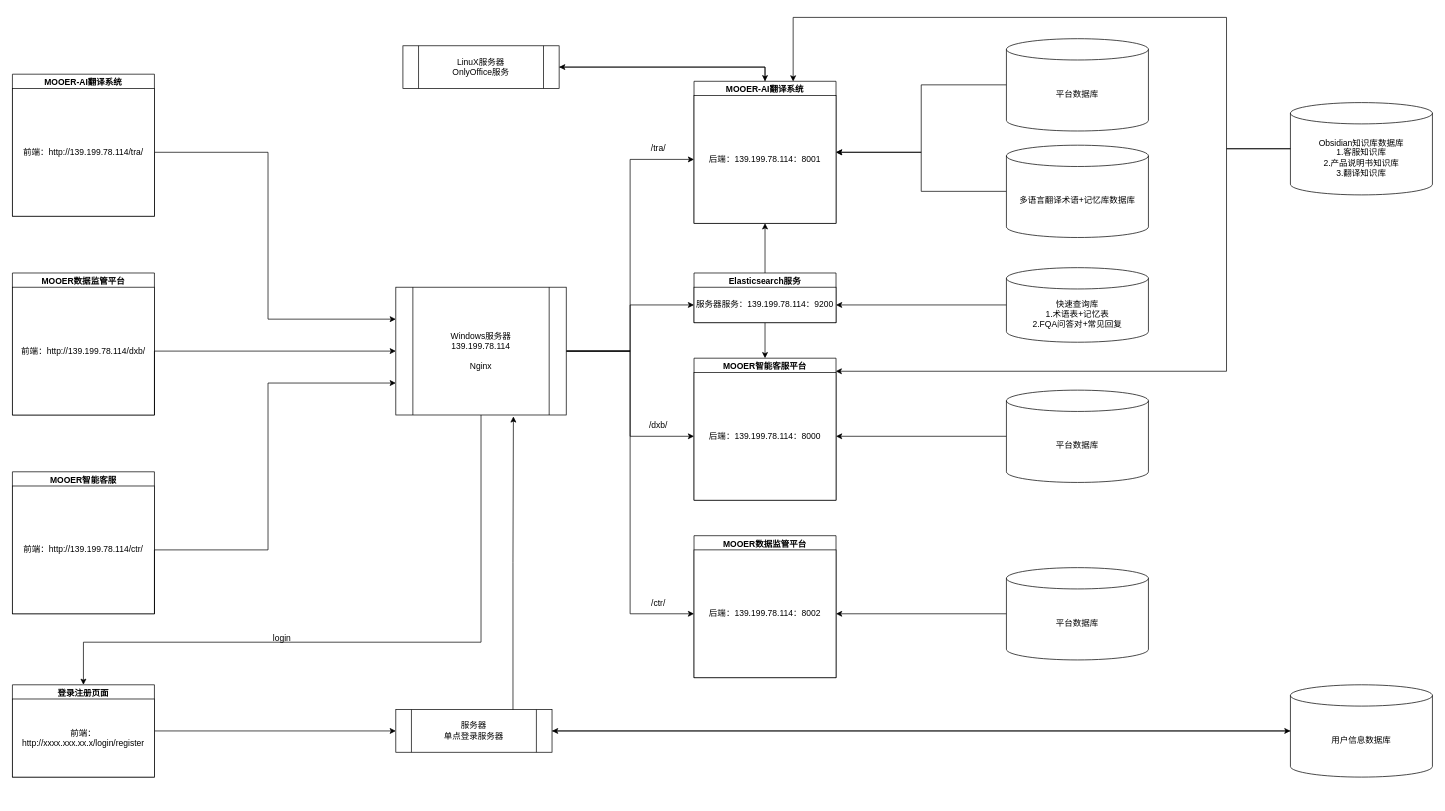
The draw.io diagram 分布式项目设计.drawio in jensen1404ai-bit/Draw.io, before the edit. Source tidied: cells renumbered, new cells numbered last; positions are measured from the earlier drawing's top-left corner, leaving out a move shared by most shapes. Both pictures are drawn from the tidied source at 71%, with x=0, y=0 at pixel (12, 17).
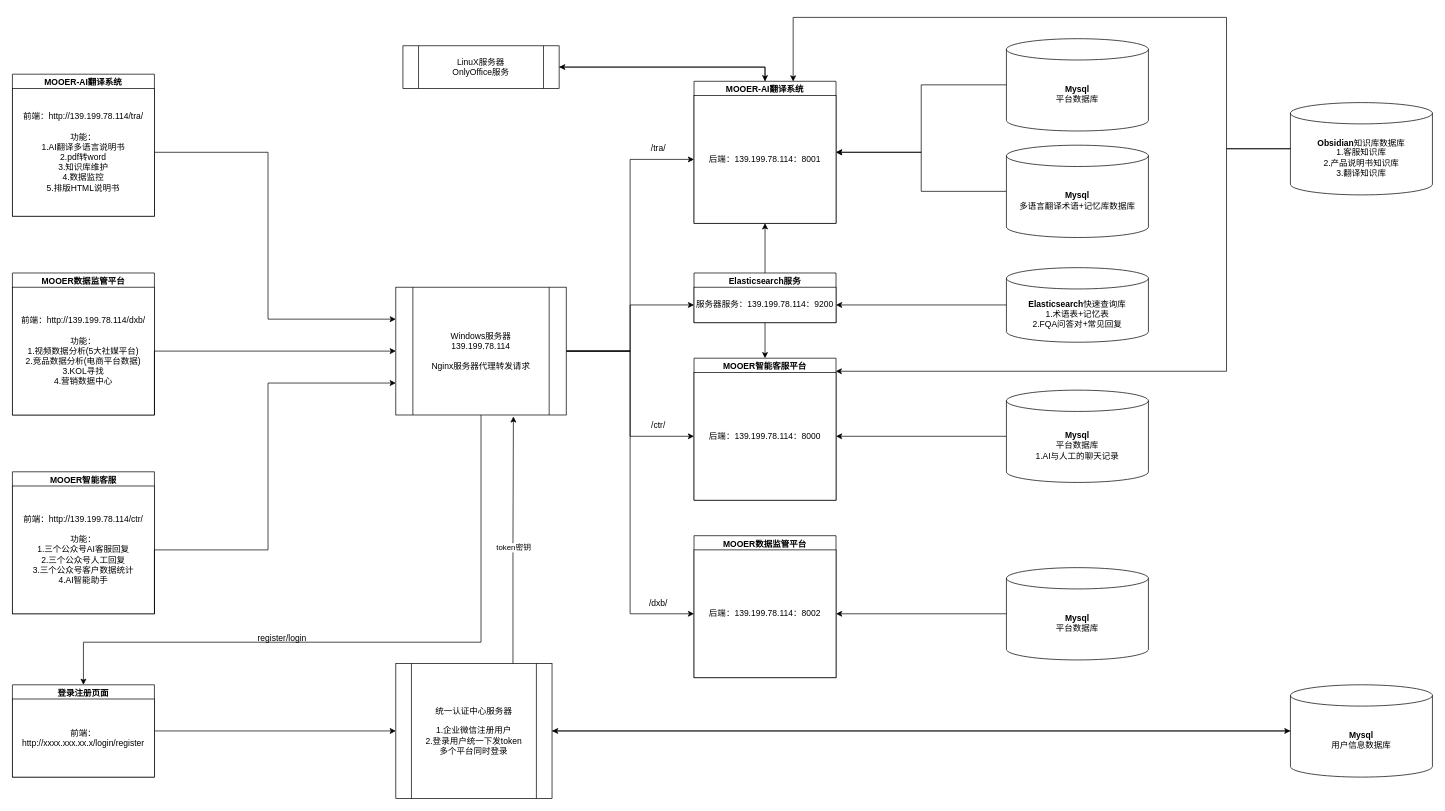
Above is the later version.

Commit message:
更新分布式项目设计.drawio

The change refers to these unchanged cells:
```xml
<mxCell id="9" value="MOOER智能客服" style="swimlane;whiteSpace=wrap;html=1;" parent="1" vertex="1">
  <mxGeometry y="640" width="200" height="200" as="geometry" />
</mxCell>
<mxCell id="11" value="MOOER数据监管平台" style="swimlane;whiteSpace=wrap;html=1;" parent="1" vertex="1">
  <mxGeometry y="360" width="200" height="200" as="geometry" />
</mxCell>
<mxCell id="51" style="edgeStyle=orthogonalEdgeStyle;rounded=0;jettySize=auto;html=1;exitX=0.75;exitY=0;exitDx=0;exitDy=0;entryX=0.69;entryY=1.011;entryDx=0;entryDy=0;entryPerimeter=0;" parent="1" edge="1" source="46" target="7">
  <mxGeometry relative="1" as="geometry" />
</mxCell>
```

The edit, as a diff of the source:
```diff
@@
-    <mxCell id="7" value="Windows服务器&lt;br&gt;139.199.78.114&lt;br&gt;&lt;br&gt;Nginx" style="shape=process;whiteSpace=wrap;html=1;backgroundOutline=1;" parent="1" vertex="1">
+    <mxCell id="7" value="Windows服务器&lt;br&gt;139.199.78.114&lt;br&gt;&lt;br&gt;Nginx服务器代理转发请求" style="shape=process;whiteSpace=wrap;html=1;backgroundOutline=1;" parent="1" vertex="1">
       <mxGeometry x="540" y="380" width="240" height="180" as="geometry" />
     </mxCell>
@@
-    <mxCell id="10" value="前端：http://139.199.78.114/ctr/" style="whiteSpace=wrap;html=1;" parent="9" vertex="1">
+    <mxCell id="10" value="前端：http://139.199.78.114/ctr/&lt;br&gt;&lt;br&gt;功能：&lt;br&gt;1.三个公众号AI客服回复&lt;br&gt;2.三个公众号人工回复&lt;br&gt;3.三个公众号客户数据统计&lt;br&gt;4.AI智能助手" style="whiteSpace=wrap;html=1;" parent="9" vertex="1">
       <mxGeometry y="20" width="200" height="180" as="geometry" />
     </mxCell>
@@
-    <mxCell id="12" value="前端：http://139.199.78.114/dxb/" style="whiteSpace=wrap;html=1;" parent="11" vertex="1">
+    <mxCell id="12" value="前端：http://139.199.78.114/dxb/&lt;br&gt;&lt;br&gt;功能：&lt;br&gt;1.视频数据分析(5大社媒平台)&lt;br&gt;2.竞品数据分析(电商平台数据)&lt;br&gt;3.KOL寻找&lt;br&gt;4.营销数据中心" style="whiteSpace=wrap;html=1;" parent="11" vertex="1">
       <mxGeometry y="20" width="200" height="180" as="geometry" />
     </mxCell>
@@
-    <mxCell id="14" value="前端：http://139.199.78.114/tra/" style="whiteSpace=wrap;html=1;" parent="1" vertex="1">
+    <mxCell id="14" value="前端：http://139.199.78.114/tra/&lt;br&gt;&lt;br&gt;功能：&lt;br&gt;1.AI翻译多语言说明书&lt;br&gt;2.pdf转word&lt;br&gt;3.知识库维护&lt;br&gt;4.数据监控&lt;br&gt;5.排版HTML说明书" style="whiteSpace=wrap;html=1;" parent="1" vertex="1">
       <mxGeometry y="100" width="200" height="180" as="geometry" />
     </mxCell>
@@
-    <mxCell id="25" value="多语言翻译术语+记忆库数据库" style="shape=cylinder3;whiteSpace=wrap;html=1;boundedLbl=1;backgroundOutline=1;size=15;" parent="1" vertex="1">
+    <mxCell id="25" value="&lt;b&gt;Mysql&lt;/b&gt;&lt;br&gt;多语言翻译术语+记忆库数据库" style="shape=cylinder3;whiteSpace=wrap;html=1;boundedLbl=1;backgroundOutline=1;size=15;" parent="1" vertex="1">
       <mxGeometry x="1400" y="180" width="200" height="130" as="geometry" />
     </mxCell>
@@
-    <mxCell id="27" value="平台数据库" style="shape=cylinder3;whiteSpace=wrap;html=1;boundedLbl=1;backgroundOutline=1;size=15;" parent="1" vertex="1">
+    <mxCell id="27" value="&lt;b&gt;Mysql&lt;/b&gt;&lt;br&gt;平台数据库" style="shape=cylinder3;whiteSpace=wrap;html=1;boundedLbl=1;backgroundOutline=1;size=15;" parent="1" vertex="1">
       <mxGeometry x="1400" y="775" width="200" height="130" as="geometry" />
     </mxCell>
@@
-    <mxCell id="29" value="平台数据库" style="shape=cylinder3;whiteSpace=wrap;html=1;boundedLbl=1;backgroundOutline=1;size=15;" parent="1" vertex="1">
+    <mxCell id="29" value="&lt;b&gt;Mysql&lt;/b&gt;&lt;br&gt;平台数据库&lt;br&gt;1.AI与人工的聊天记录" style="shape=cylinder3;whiteSpace=wrap;html=1;boundedLbl=1;backgroundOutline=1;size=15;" parent="1" vertex="1">
       <mxGeometry x="1400" y="525" width="200" height="130" as="geometry" />
     </mxCell>
-    <mxCell id="30" value="Obsidian知识库数据库&lt;br&gt;1.客服知识库&lt;br&gt;2.产品说明书知识库&lt;br&gt;3.翻译知识库" style="shape=cylinder3;whiteSpace=wrap;html=1;boundedLbl=1;backgroundOutline=1;size=15;" parent="1" vertex="1">
+    <mxCell id="30" value="&lt;b&gt;Obsidian&lt;/b&gt;知识库数据库&lt;br&gt;1.客服知识库&lt;br&gt;2.产品说明书知识库&lt;br&gt;3.翻译知识库" style="shape=cylinder3;whiteSpace=wrap;html=1;boundedLbl=1;backgroundOutline=1;size=15;" parent="1" vertex="1">
       <mxGeometry x="1800" y="120" width="200" height="130" as="geometry" />
     </mxCell>
@@
-    <mxCell id="32" value="平台数据库" style="shape=cylinder3;whiteSpace=wrap;html=1;boundedLbl=1;backgroundOutline=1;size=15;" parent="1" vertex="1">
+    <mxCell id="32" value="&lt;b&gt;Mysql&lt;/b&gt;&lt;br&gt;平台数据库" style="shape=cylinder3;whiteSpace=wrap;html=1;boundedLbl=1;backgroundOutline=1;size=15;" parent="1" vertex="1">
       <mxGeometry x="1400" y="30" width="200" height="130" as="geometry" />
     </mxCell>
@@
     <mxCell id="34" value="/dxb/" style="text;html=1;whiteSpace=wrap;strokeColor=none;fillColor=none;align=center;verticalAlign=middle;rounded=0;" parent="1" vertex="1">
-      <mxGeometry x="880" y="560" width="60" height="30" as="geometry" />
+      <mxGeometry x="880" y="810" width="60" height="30" as="geometry" />
     </mxCell>
     <mxCell id="35" value="/ctr/" style="text;html=1;whiteSpace=wrap;strokeColor=none;fillColor=none;align=center;verticalAlign=middle;rounded=0;" parent="1" vertex="1">
-      <mxGeometry x="880" y="810" width="60" height="30" as="geometry" />
+      <mxGeometry x="880" y="560" width="60" height="30" as="geometry" />
     </mxCell>
@@
-    <mxCell id="43" value="快速查询库&lt;br&gt;1.术语表+记忆表&lt;br&gt;2.FQA问答对+常见回复" style="shape=cylinder3;whiteSpace=wrap;html=1;boundedLbl=1;backgroundOutline=1;size=15;" parent="1" vertex="1">
+    <mxCell id="43" value="&lt;span style=&quot;font-weight: 700;&quot;&gt;Elasticsearch&lt;/span&gt;快速查询库&lt;br&gt;1.术语表+记忆表&lt;br&gt;2.FQA问答对+常见回复" style="shape=cylinder3;whiteSpace=wrap;html=1;boundedLbl=1;backgroundOutline=1;size=15;" parent="1" vertex="1">
       <mxGeometry x="1400" y="352.5" width="200" height="105" as="geometry" />
     </mxCell>
@@
-    <mxCell id="46" value="服务器&lt;br&gt;单点登录服务器" style="shape=process;whiteSpace=wrap;html=1;backgroundOutline=1;" parent="1" vertex="1">
-      <mxGeometry x="540" y="975" width="220" height="60" as="geometry" />
+    <mxCell id="46" value="统一认证中心服务器&lt;br&gt;&lt;br&gt;1.企业微信注册用户&lt;br&gt;2.登录用户统一下发token&lt;br&gt;多个平台同时登录" style="shape=process;whiteSpace=wrap;html=1;backgroundOutline=1;" parent="1" vertex="1">
+      <mxGeometry x="540" y="910" width="220" height="190" as="geometry" />
     </mxCell>
@@
-    <mxCell id="50" value="login" style="text;html=1;whiteSpace=wrap;strokeColor=none;fillColor=none;align=center;verticalAlign=middle;rounded=0;" parent="1" vertex="1">
+    <mxCell id="50" value="register/login" style="text;html=1;whiteSpace=wrap;strokeColor=none;fillColor=none;align=center;verticalAlign=middle;rounded=0;" parent="1" vertex="1">
       <mxGeometry x="350" y="860" width="60" height="30" as="geometry" />
     </mxCell>
@@
+    <mxCell id="55" value="token密钥" style="edgeLabel;html=1;align=center;verticalAlign=middle;" parent="51" vertex="1">
+      <mxGeometry x="-0.06" relative="1" as="geometry" />
+    </mxCell>
@@
-    <mxCell id="53" value="用户信息数据库" style="shape=cylinder3;whiteSpace=wrap;html=1;boundedLbl=1;backgroundOutline=1;size=15;" parent="1" vertex="1">
+    <mxCell id="53" value="&lt;b&gt;Mysql&lt;/b&gt;&lt;br&gt;用户信息数据库" style="shape=cylinder3;whiteSpace=wrap;html=1;boundedLbl=1;backgroundOutline=1;size=15;" parent="1" vertex="1">
       <mxGeometry x="1800" y="940" width="200" height="130" as="geometry" />
     </mxCell>
```
